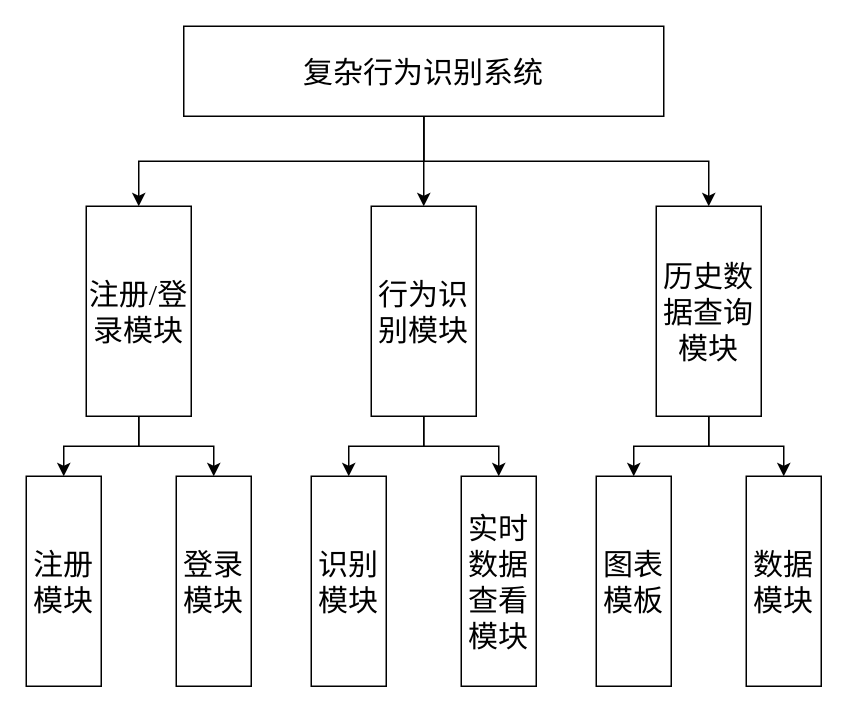
Earlier version of the draw.io diagram 系统模块.drawio (ByronGe/ff). Source tidied: cells renumbered, new cells numbered last; positions are measured from the earlier drawing's top-left corner, leaving out a move shared by most shapes. Both pictures are drawn from the tidied source at 150%, with x=0, y=0 at pixel (26, 26).
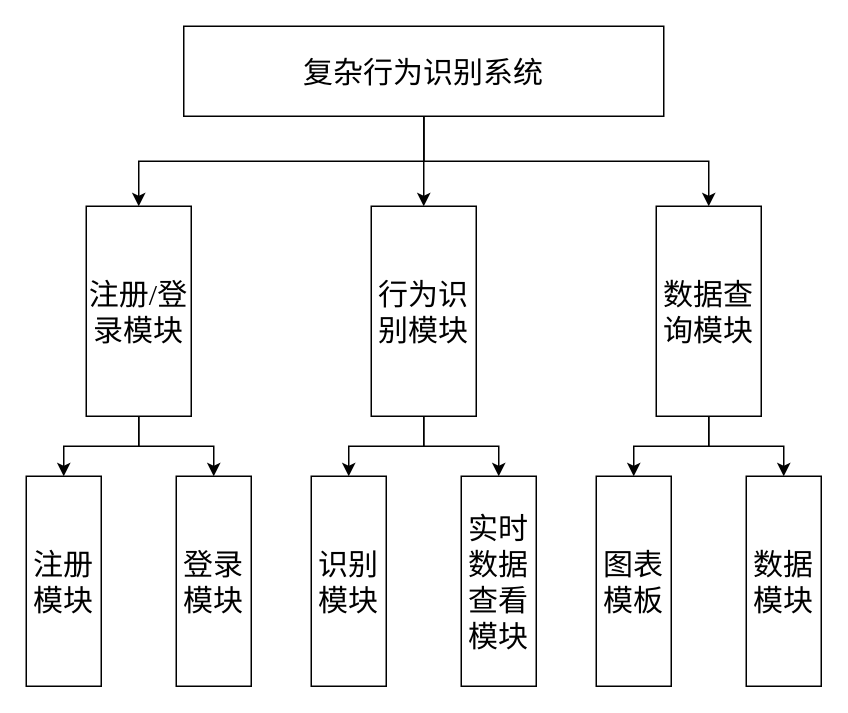
The same page after the edit.

Diff of the diagram source:
```diff
@@
-    <mxCell id="18" value="历史数据查询模块" style="rounded=0;whiteSpace=wrap;html=1;fontSize=20;fontFamily=Times New Roman;" parent="1" vertex="1">
+    <mxCell id="18" value="数据查询模块" style="rounded=0;whiteSpace=wrap;html=1;fontSize=20;fontFamily=Times New Roman;" parent="1" vertex="1">
       <mxGeometry x="420" y="120" width="70" height="140" as="geometry" />
     </mxCell>
```
